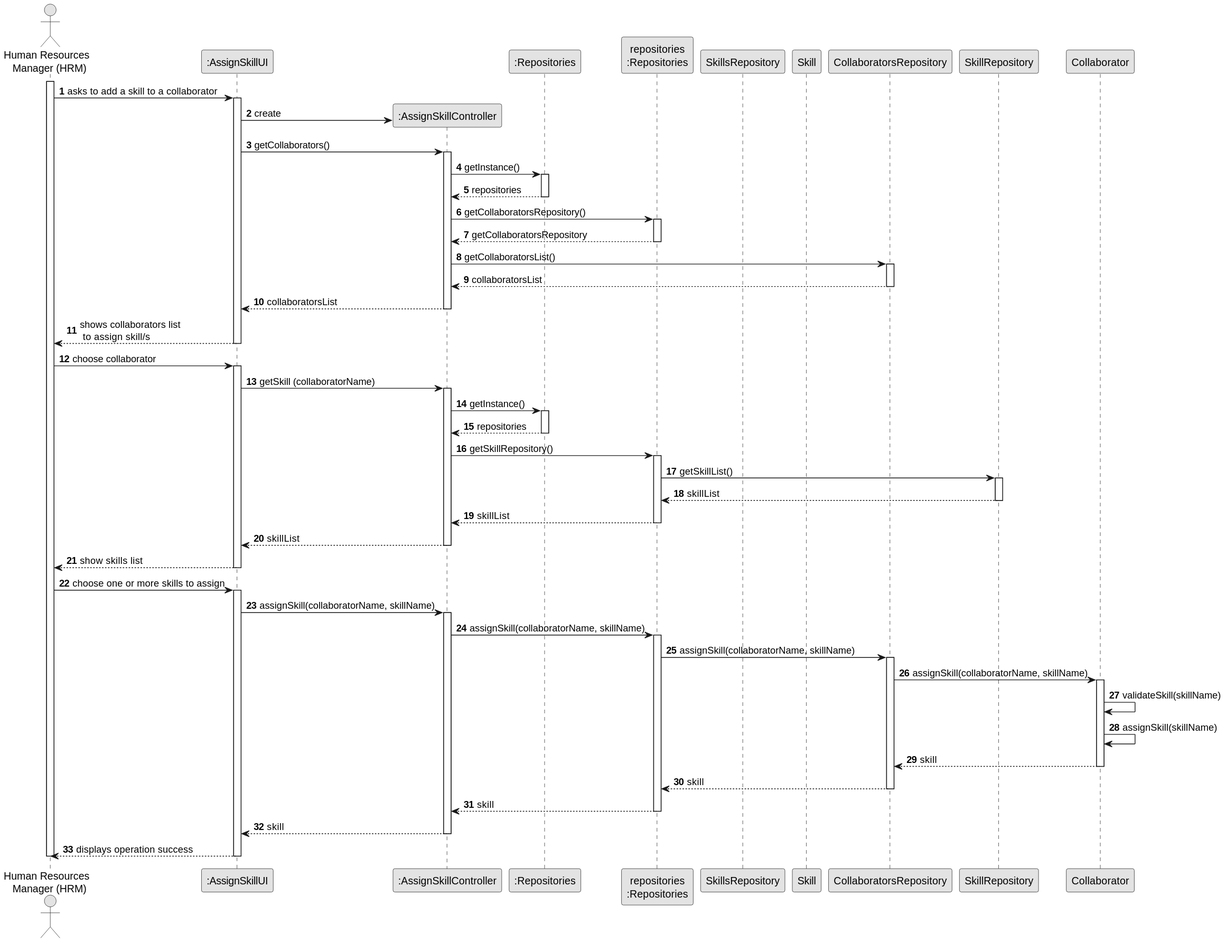
This is docs/sprintB/us004/03.design/svg/us004-sequence-diagram-full.svg from Departamento-de-Engenharia-Informatica/lei-24-s2-1dkl-g134, a PlantUML export, as it was before one commit. Its diagram source:
```plantuml
@startuml
skinparam monochrome true
skinparam packageStyle rectangle
skinparam shadowing false

autonumber

actor "Human Resources \n Manager (HRM)" as HRM
participant ":AssignSkillUI" as UI
participant ":AssignSkillController" as CTRL
participant ":Repositories" as RepositorySingleton
participant "repositories\n:Repositories" as PLAT
participant "SkillsRepository" as SkillsRepository
participant "Skill" as Skill
participant "CollaboratorsRepository" as CollaboratorsRepository

activate HRM

        HRM -> UI : asks to add a skill to a collaborator

        activate UI


            UI -> CTRL** : create

            UI -> CTRL : getCollaborators()
            activate CTRL

                CTRL -> RepositorySingleton : getInstance()
                activate RepositorySingleton

                    RepositorySingleton --> CTRL: repositories
                deactivate RepositorySingleton

                CTRL -> PLAT : getCollaboratorsRepository()
                activate PLAT

                    PLAT --> CTRL: getCollaboratorsRepository
                deactivate PLAT

                CTRL -> CollaboratorsRepository : getCollaboratorsList()
                activate CollaboratorsRepository

                    CollaboratorsRepository --> CTRL : collaboratorsList
                deactivate CollaboratorsRepository

                CTRL --> UI : collaboratorsList
            deactivate CTRL

            UI --> HRM : shows collaborators list\n to assign skill/s
        deactivate UI

    HRM -> UI : choose collaborator
    activate UI

   UI -> CTRL : getSkill (collaboratorName)
           activate CTRL

 CTRL -> RepositorySingleton : getInstance()
         activate RepositorySingleton

         RepositorySingleton --> CTRL: repositories
         deactivate RepositorySingleton

         CTRL -> PLAT : getSkillRepository()
         activate PLAT

         PLAT -> SkillRepository : getSkillList()
         activate SkillRepository

         SkillRepository --> PLAT : skillList
         deactivate  SkillRepository

         PLAT --> CTRL: skillList
         deactivate PLAT

         CTRL --> UI : skillList
         deactivate CTRL

         UI --> HRM : show skills list
         deactivate UI

         HRM -> UI : choose one or more skills to assign
         activate UI

         UI -> CTRL : assignSkill(collaboratorName, skillName)
         activate CTRL

         CTRL -> PLAT : assignSkill(collaboratorName, skillName)
         activate PLAT

         PLAT -> CollaboratorsRepository : assignSkill(collaboratorName, skillName)
         activate CollaboratorsRepository


         CollaboratorsRepository -> Collaborator : assignSkill(collaboratorName, skillName)
         activate Collaborator

         Collaborator -> Collaborator : validateSkill(skillName)

         Collaborator -> Collaborator :assignSkill(skillName)

         Collaborator --> CollaboratorsRepository : skill
         deactivate Collaborator


         CollaboratorsRepository --> PLAT : skill
         deactivate CollaboratorsRepository

         PLAT --> CTRL : skill
         deactivate PLAT

         CTRL --> UI : skill
         deactivate CTRL

         UI --> HRM : displays operation success
         deactivate UI

         deactivate HRM

 @enduml
```
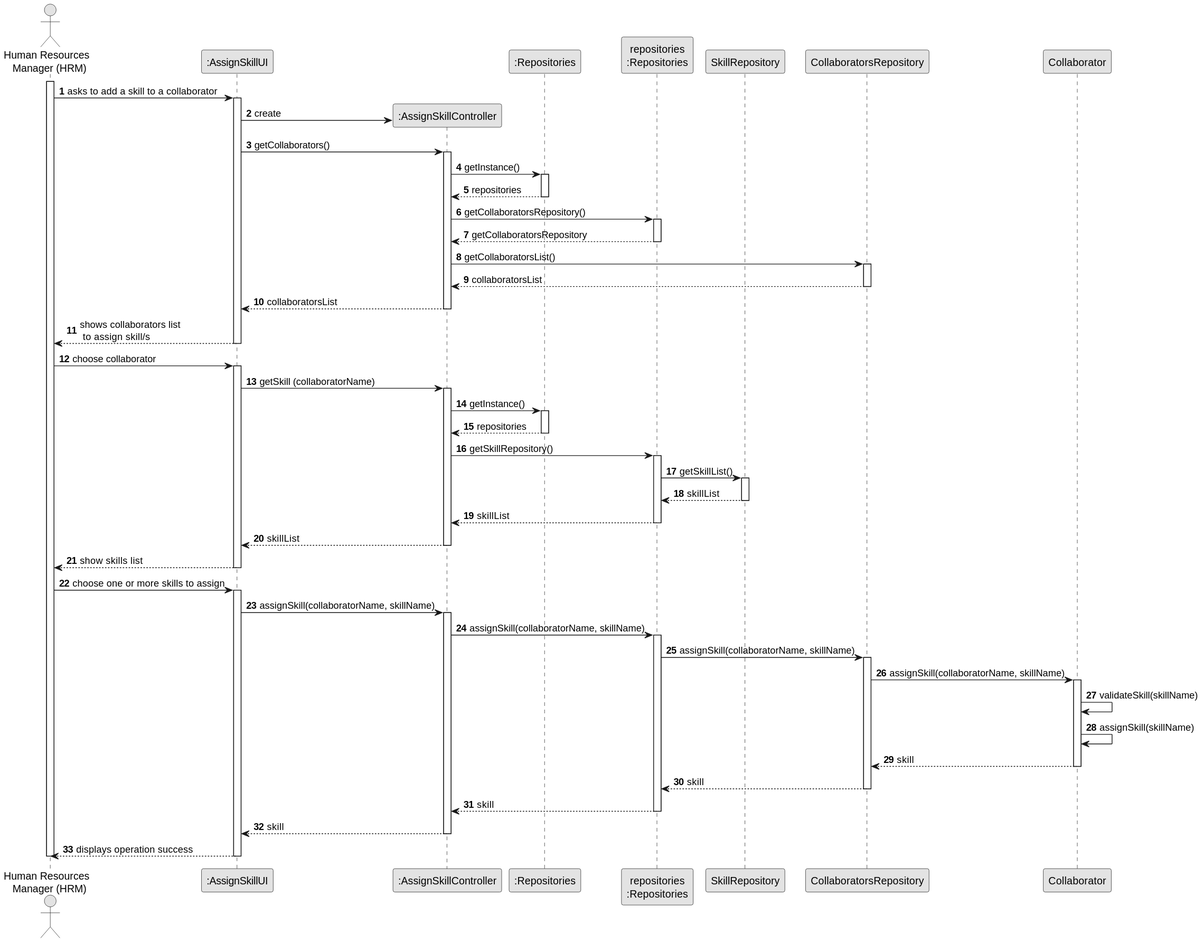
The same diagram one commit later.

What changed in the source:
```diff
@@ -10,8 +10,7 @@
 participant ":AssignSkillController" as CTRL
 participant ":Repositories" as RepositorySingleton
 participant "repositories\n:Repositories" as PLAT
-participant "SkillsRepository" as SkillsRepository
-participant "Skill" as Skill
+participant "SkillRepository" as SkillRepository
 participant "CollaboratorsRepository" as CollaboratorsRepository
 
 activate HRM
```
